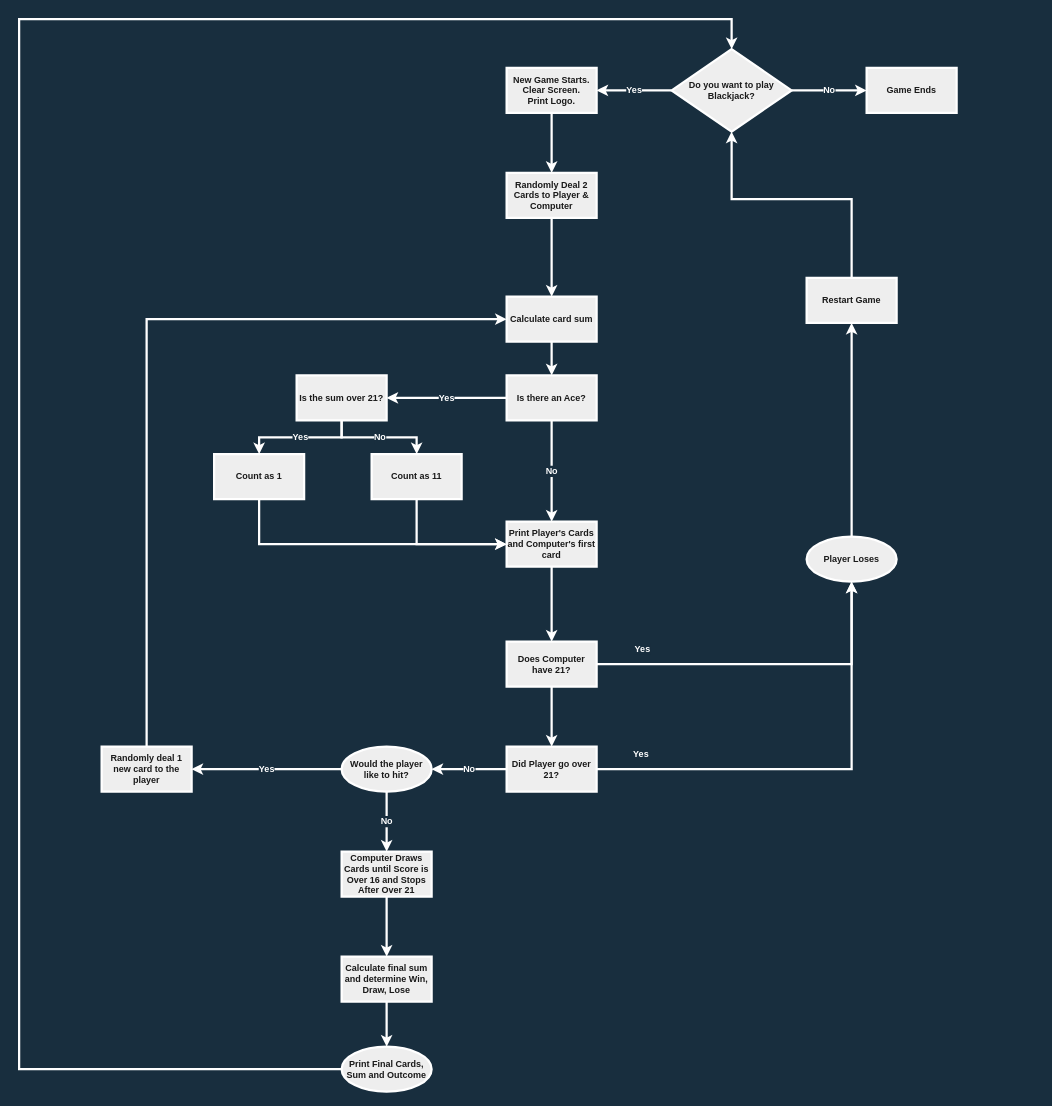
bcrawford72/my_test_workflows keeps this draw.io diagram as Blackjack_flowchart.drawio. Above is the earlier version. Source tidied: cells renumbered, new cells numbered last; positions are measured from the earlier drawing's top-left corner, leaving out a move shared by most shapes. Both pictures are drawn from the tidied source at 75%, with x=0, y=0 at pixel (19, 19).
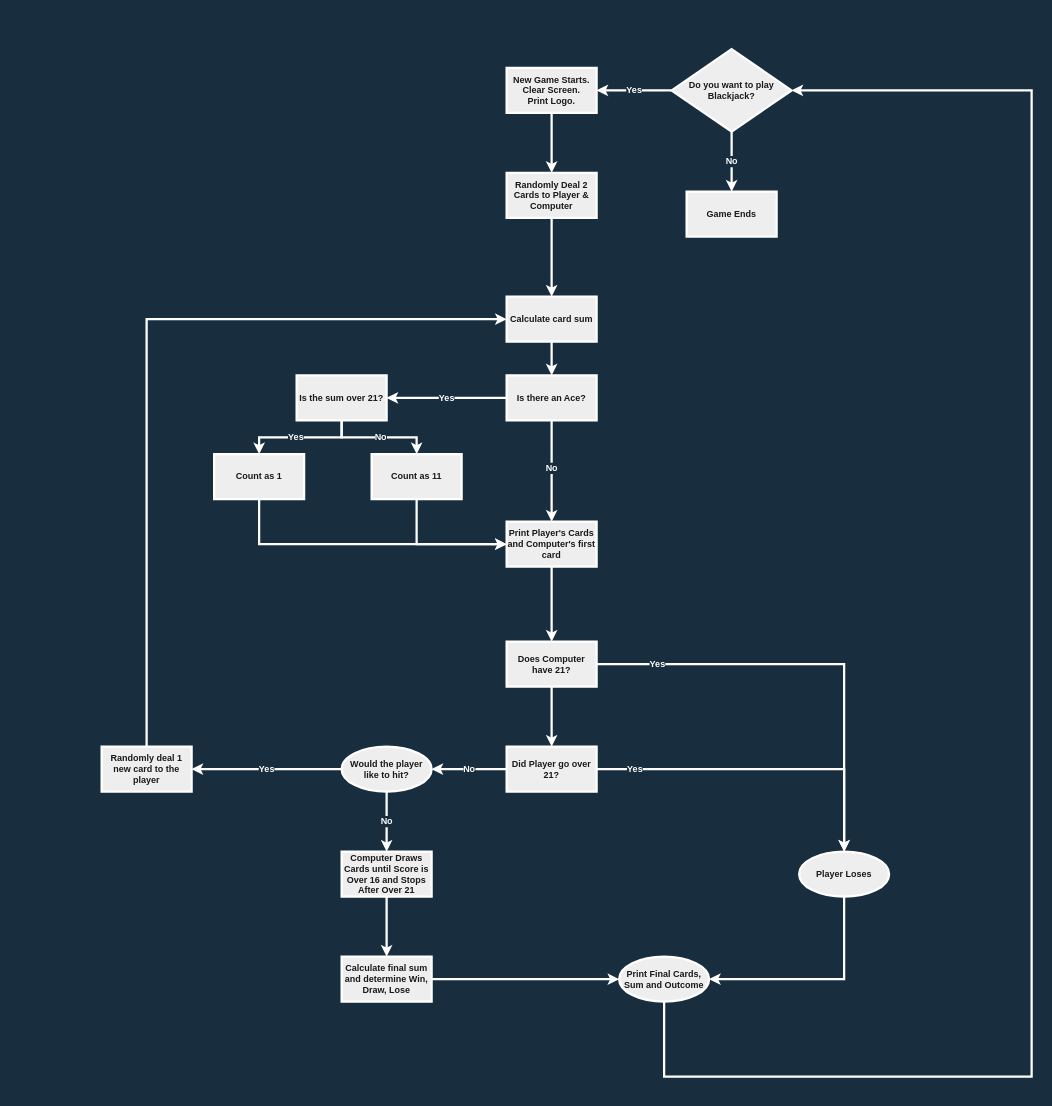
The same diagram, later.

The change refers to these unchanged cells:
```xml
<mxCell id="4" value="Do you want to play Blackjack?" style="rhombus;whiteSpace=wrap;html=1;fillColor=#EEEEEE;strokeColor=#FFFFFF;fontColor=#1A1A1A;strokeWidth=3;fontStyle=1;fontSize=12;" parent="1" vertex="1">
  <mxGeometry x="870" y="40" width="160" height="110" as="geometry" />
</mxCell>
<mxCell id="12" value="Does Computer have 21?" style="whiteSpace=wrap;html=1;fillColor=#EEEEEE;strokeColor=#FFFFFF;fontColor=#1A1A1A;strokeWidth=3;fontStyle=1;fontSize=12;" parent="1" vertex="1">
  <mxGeometry x="650" y="830" width="120" height="60" as="geometry" />
</mxCell>
<mxCell id="21" value="Is there an Ace?" style="whiteSpace=wrap;html=1;fillColor=#EEEEEE;strokeColor=#FFFFFF;fontColor=#1A1A1A;strokeWidth=3;fontStyle=1;fontSize=12;" parent="1" vertex="1">
  <mxGeometry x="650" y="475" width="120" height="60" as="geometry" />
</mxCell>
<mxCell id="24" value="Is the sum over 21?" style="whiteSpace=wrap;html=1;fillColor=#EEEEEE;strokeColor=#FFFFFF;fontColor=#1A1A1A;strokeWidth=3;fontStyle=1;fontSize=12;" parent="1" vertex="1">
  <mxGeometry x="370" y="475" width="120" height="60" as="geometry" />
</mxCell>
<mxCell id="26" value="Print Player's Cards and Computer's first card" style="whiteSpace=wrap;html=1;fillColor=#EEEEEE;strokeColor=#FFFFFF;fontColor=#1A1A1A;strokeWidth=3;fontStyle=1;fontSize=12;" parent="1" vertex="1">
  <mxGeometry x="650" y="670" width="120" height="60" as="geometry" />
</mxCell>
<mxCell id="29" value="Did Player go over 21?" style="whiteSpace=wrap;html=1;fillColor=#EEEEEE;strokeColor=#FFFFFF;fontColor=#1A1A1A;strokeWidth=3;fontStyle=1;fontSize=12;" parent="1" vertex="1">
  <mxGeometry x="650" y="970" width="120" height="60" as="geometry" />
</mxCell>
<mxCell id="36" value="Count as 1" style="whiteSpace=wrap;html=1;fillColor=#EEEEEE;strokeColor=#FFFFFF;fontColor=#1A1A1A;strokeWidth=3;fontStyle=1;fontSize=12;" parent="1" vertex="1">
  <mxGeometry x="260" y="580" width="120" height="60" as="geometry" />
</mxCell>
<mxCell id="38" value="Count as 11" style="whiteSpace=wrap;html=1;fillColor=#EEEEEE;strokeColor=#FFFFFF;fontColor=#1A1A1A;strokeWidth=3;fontStyle=1;fontSize=12;" parent="1" vertex="1">
  <mxGeometry x="470" y="580" width="120" height="60" as="geometry" />
</mxCell>
<mxCell id="44" value="Calculate final sum and determine Win, Draw, Lose" style="whiteSpace=wrap;html=1;fillColor=#EEEEEE;strokeColor=#FFFFFF;fontColor=#1A1A1A;strokeWidth=3;fontStyle=1;fontSize=12;" parent="1" vertex="1">
  <mxGeometry x="430" y="1250" width="120" height="60" as="geometry" />
</mxCell>
```

Diff of the diagram source:
```diff
@@
     <mxCell id="7" value="Game Ends" style="whiteSpace=wrap;html=1;fillColor=#EEEEEE;strokeColor=#FFFFFF;fontColor=#1A1A1A;strokeWidth=3;fontStyle=1;fontSize=12;" parent="1" vertex="1">
-      <mxGeometry x="1130" y="65" width="120" height="60" as="geometry" />
+      <mxGeometry x="890" y="230" width="120" height="60" as="geometry" />
     </mxCell>
@@
     <mxCell id="10" value="Yes" style="edgeStyle=orthogonalEdgeStyle;rounded=0;jettySize=auto;html=1;labelBackgroundColor=#182E3E;strokeColor=#FFFFFF;fontColor=#FFFFFF;strokeWidth=3;fontStyle=1;fontSize=12;" parent="1" edge="1" source="12" target="14">
-      <mxGeometry x="-0.73" y="20" relative="1" as="geometry" />
+      <mxGeometry x="-0.72" relative="1" as="geometry" />
     </mxCell>
@@
-    <mxCell id="13" style="edgeStyle=orthogonalEdgeStyle;rounded=0;jettySize=auto;html=1;labelBackgroundColor=#182E3E;strokeColor=#FFFFFF;fontColor=#FFFFFF;strokeWidth=3;fontStyle=1;fontSize=12;" parent="1" edge="1" source="14" target="16">
-      <mxGeometry relative="1" as="geometry" />
-    </mxCell>
+    <mxCell id="45" style="edgeStyle=orthogonalEdgeStyle;rounded=0;sketch=0;jettySize=auto;html=1;fontSize=12;fontColor=#FFFFFF;strokeColor=#FFFFFF;strokeWidth=3;" parent="1" edge="1" source="14" target="42">
+      <mxGeometry relative="1" as="geometry">
+        <Array as="points">
+          <mxPoint x="1100" y="1280" />
+        </Array>
+      </mxGeometry>
+    </mxCell>
     <mxCell id="14" value="Player Loses" style="ellipse;whiteSpace=wrap;html=1;fillColor=#EEEEEE;strokeColor=#FFFFFF;fontColor=#1A1A1A;strokeWidth=3;fontStyle=1;fontSize=12;" parent="1" vertex="1">
-      <mxGeometry x="1050" y="690" width="120" height="60" as="geometry" />
+      <mxGeometry x="1040" y="1110" width="120" height="60" as="geometry" />
     </mxCell>
-    <mxCell id="15" style="edgeStyle=orthogonalEdgeStyle;rounded=0;jettySize=auto;html=1;entryX=0.5;entryY=1;entryDx=0;entryDy=0;labelBackgroundColor=#182E3E;strokeColor=#FFFFFF;fontColor=#FFFFFF;strokeWidth=3;fontStyle=1;fontSize=12;" parent="1" edge="1" source="16" target="4">
-      <mxGeometry relative="1" as="geometry">
-        <Array as="points">
-          <mxPoint x="1110" y="240" />
-          <mxPoint x="950" y="240" />
-        </Array>
-      </mxGeometry>
-    </mxCell>
-    <mxCell id="16" value="Restart Game" style="whiteSpace=wrap;html=1;fillColor=#EEEEEE;strokeColor=#FFFFFF;fontColor=#1A1A1A;strokeWidth=3;fontStyle=1;fontSize=12;" parent="1" vertex="1">
-      <mxGeometry x="1050" y="345" width="120" height="60" as="geometry" />
-    </mxCell>
@@
     <mxCell id="20" value="No" style="edgeStyle=orthogonalEdgeStyle;rounded=0;jettySize=auto;html=1;labelBackgroundColor=#182E3E;strokeColor=#FFFFFF;fontColor=#FFFFFF;strokeWidth=3;fontStyle=1;fontSize=12;" parent="1" edge="1" source="21" target="26">
-      <mxGeometry relative="1" as="geometry" />
+      <mxGeometry x="-0.04" relative="1" as="geometry">
+        <mxPoint y="-1" as="offset" />
+      </mxGeometry>
     </mxCell>
@@
     <mxCell id="22" value="Yes" style="edgeStyle=orthogonalEdgeStyle;rounded=0;jettySize=auto;html=1;labelBackgroundColor=#182E3E;strokeColor=#FFFFFF;fontColor=#FFFFFF;strokeWidth=3;fontStyle=1;fontSize=12;" parent="1" edge="1" source="24" target="36">
-      <mxGeometry relative="1" as="geometry" />
+      <mxGeometry x="0.07" relative="1" as="geometry">
+        <mxPoint x="-1" as="offset" />
+      </mxGeometry>
     </mxCell>
     <mxCell id="23" value="No" style="edgeStyle=orthogonalEdgeStyle;rounded=0;jettySize=auto;html=1;labelBackgroundColor=#182E3E;strokeColor=#FFFFFF;fontColor=#FFFFFF;strokeWidth=3;fontStyle=1;fontSize=12;" parent="1" edge="1" source="24" target="38">
-      <mxGeometry relative="1" as="geometry" />
+      <mxGeometry relative="1" as="geometry">
+        <mxPoint x="1" as="offset" />
+      </mxGeometry>
     </mxCell>
@@
-    <mxCell id="27" value="Yes" style="edgeStyle=orthogonalEdgeStyle;rounded=0;jettySize=auto;html=1;entryX=0.5;entryY=1;entryDx=0;entryDy=0;labelBackgroundColor=#182E3E;strokeColor=#FFFFFF;fontColor=#FFFFFF;strokeWidth=3;fontStyle=1;fontSize=12;" parent="1" edge="1" source="29" target="14">
-      <mxGeometry x="-0.8" y="20" relative="1" as="geometry" />
+    <mxCell id="27" value="Yes" style="edgeStyle=orthogonalEdgeStyle;rounded=0;jettySize=auto;html=1;entryX=0.5;entryY=0;entryDx=0;entryDy=0;labelBackgroundColor=#182E3E;strokeColor=#FFFFFF;fontColor=#FFFFFF;strokeWidth=3;fontStyle=1;fontSize=12;" parent="1" edge="1" source="29" target="14">
+      <mxGeometry x="-0.77" relative="1" as="geometry">
+        <Array as="points">
+          <mxPoint x="1100" y="1000" />
+        </Array>
+      </mxGeometry>
     </mxCell>
@@
-    <mxCell id="41" style="edgeStyle=orthogonalEdgeStyle;rounded=0;jettySize=auto;html=1;entryX=0.5;entryY=0;entryDx=0;entryDy=0;labelBackgroundColor=#182E3E;strokeColor=#FFFFFF;fontColor=#FFFFFF;strokeWidth=3;fontStyle=1;fontSize=12;" parent="1" edge="1" source="42" target="4">
-      <mxGeometry relative="1" as="geometry">
-        <Array as="points">
-          <mxPoint y="1400" />
-          <mxPoint />
-          <mxPoint x="950" />
-        </Array>
-      </mxGeometry>
-    </mxCell>
+    <mxCell id="46" style="edgeStyle=orthogonalEdgeStyle;rounded=0;sketch=0;jettySize=auto;html=1;fontSize=12;fontColor=#FFFFFF;strokeColor=#FFFFFF;strokeWidth=3;" parent="1" edge="1" source="42">
+      <mxGeometry relative="1" as="geometry">
+        <mxPoint x="1030" y="95" as="targetPoint" />
+        <Array as="points">
+          <mxPoint x="1350" y="1410" />
+          <mxPoint x="1350" y="95" />
+        </Array>
+      </mxGeometry>
+    </mxCell>
     <mxCell id="42" value="Print Final Cards, Sum and Outcome" style="ellipse;whiteSpace=wrap;html=1;fillColor=#EEEEEE;strokeColor=#FFFFFF;fontColor=#1A1A1A;strokeWidth=3;fontStyle=1;fontSize=12;" parent="1" vertex="1">
-      <mxGeometry x="430" y="1370" width="120" height="60" as="geometry" />
+      <mxGeometry x="800" y="1250" width="120" height="60" as="geometry" />
     </mxCell>
-    <mxCell id="43" style="edgeStyle=orthogonalEdgeStyle;rounded=0;jettySize=auto;html=1;labelBackgroundColor=#182E3E;strokeColor=#FFFFFF;fontColor=#FFFFFF;strokeWidth=3;fontStyle=1;fontSize=12;" parent="1" edge="1" source="44" target="42">
+    <mxCell id="43" style="edgeStyle=orthogonalEdgeStyle;rounded=0;sketch=0;jettySize=auto;html=1;entryX=0;entryY=0.5;entryDx=0;entryDy=0;fontSize=12;fontColor=#FFFFFF;strokeColor=#FFFFFF;strokeWidth=3;" parent="1" edge="1" source="44" target="42">
       <mxGeometry relative="1" as="geometry" />
     </mxCell>
```
